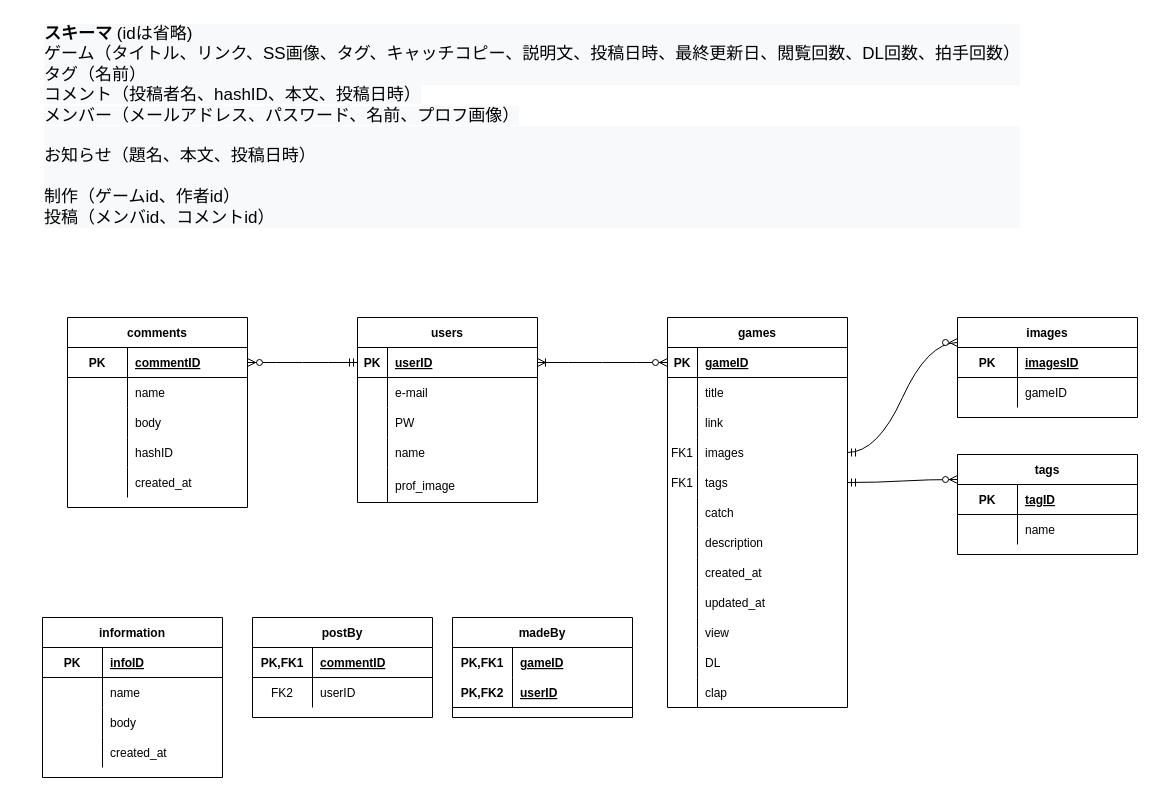
Before: page "E-R" (4 of 4) of KFIPwebsite_usecase.drawio in AK-8420/documents_KFIPweb, a draw.io diagram. Source tidied: cells renumbered, new cells numbered last; positions are measured from the earlier drawing's top-left corner, leaving out a move shared by most shapes. Both pictures are drawn from the tidied source at 100%, with x=0, y=0 at pixel (42, 17).
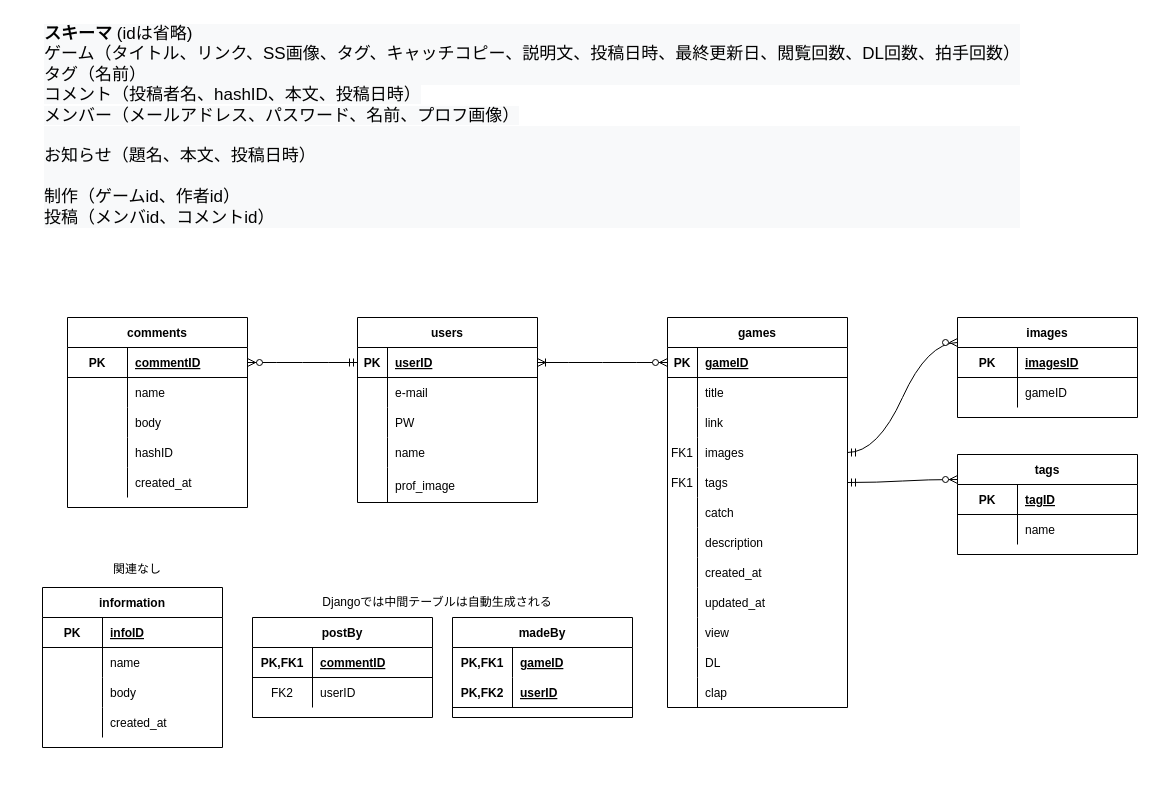
After the change.

The edit, as a diff of the source:
```diff
@@
     <mxCell id="100" value="information" style="shape=table;startSize=30;childLayout=tableLayout;rowLines=0;fontStyle=1;align=center;rounded=0;sketch=0;" parent="1" vertex="1">
-      <mxGeometry y="600" width="180" height="160" as="geometry" />
+      <mxGeometry y="570" width="180" height="160" as="geometry" />
     </mxCell>
@@
+    <mxCell id="117" value="Djangoでは中間テーブルは自動生成される" style="text;html=1;strokeColor=none;fillColor=none;align=center;verticalAlign=middle;whiteSpace=wrap;rounded=0;" parent="1" vertex="1">
+      <mxGeometry x="275" y="570" width="240" height="30" as="geometry" />
+    </mxCell>
+    <mxCell id="118" value="関連なし" style="text;html=1;strokeColor=none;fillColor=none;align=center;verticalAlign=middle;whiteSpace=wrap;rounded=0;" parent="1" vertex="1">
+      <mxGeometry x="-25" y="537" width="240" height="30" as="geometry" />
+    </mxCell>
```
